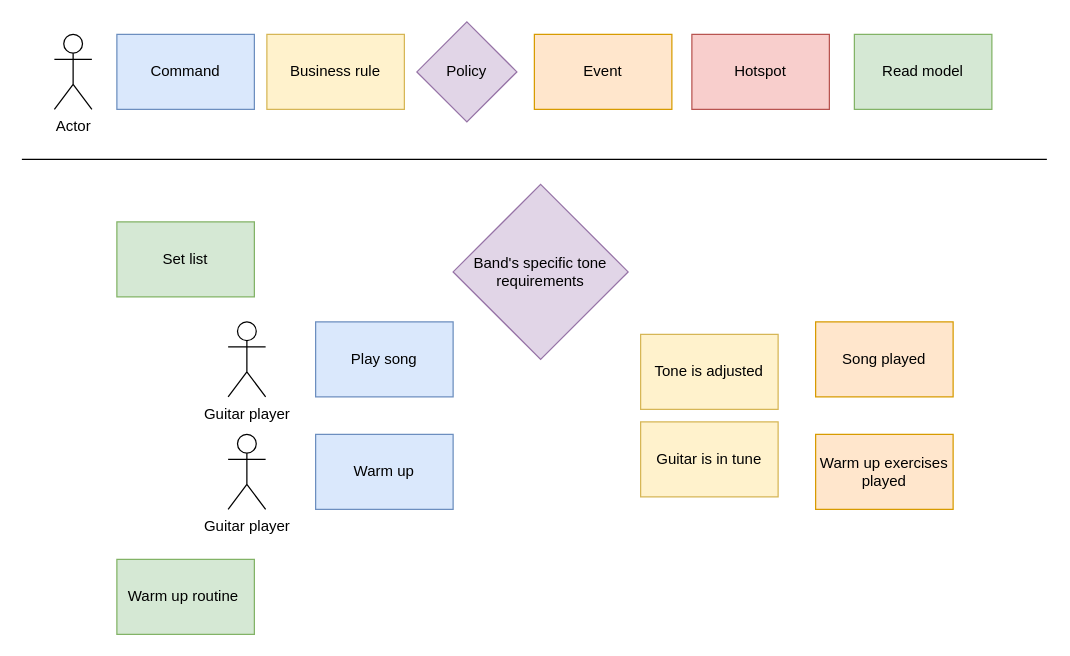
This is guitar_dles.drawio from breader124/ddd-building-blocks, a draw.io file, before an edit. Source tidied: cells renumbered, new cells numbered last; positions are measured from the earlier drawing's top-left corner, leaving out a move shared by most shapes. Both pictures are drawn from the tidied source at 125%, with x=0, y=0 at pixel (21, 21).
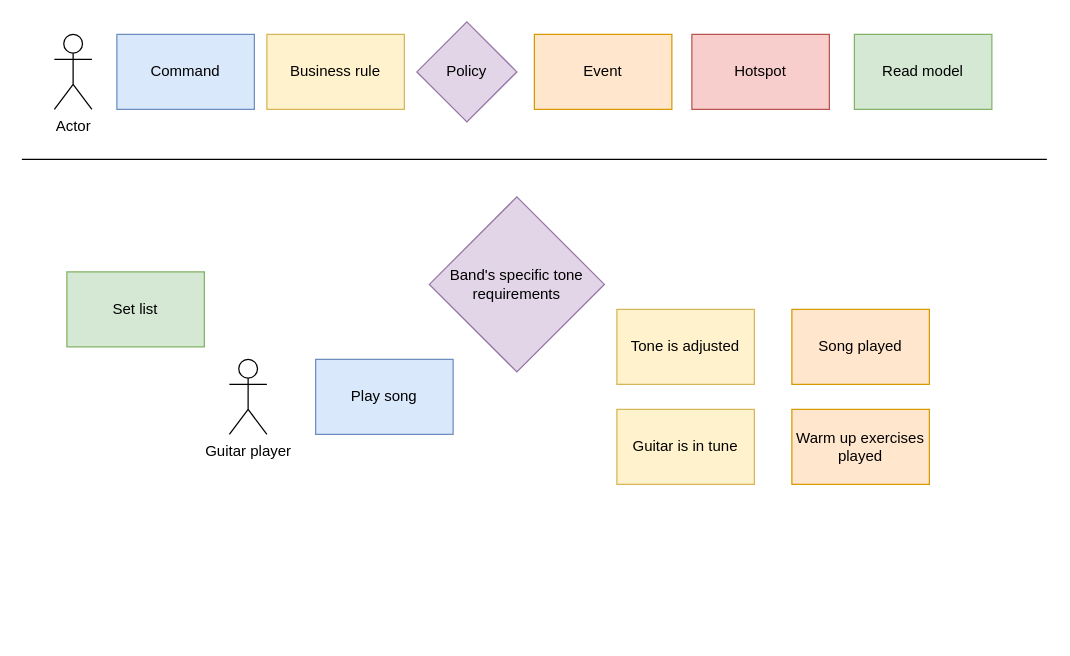
The same diagram, later.

Diff of the diagram source:
```diff
@@
     <mxCell id="9" value="Tone is adjusted" style="rounded=0;whiteSpace=wrap;html=1;fillColor=#fff2cc;strokeColor=#d6b656;flipH=0;" parent="1" vertex="1">
-      <mxGeometry x="495" y="250" width="110" height="60" as="geometry" />
+      <mxGeometry x="476" y="230" width="110" height="60" as="geometry" />
     </mxCell>
     <mxCell id="10" value="Guitar is in tune" style="rounded=0;whiteSpace=wrap;html=1;fillColor=#fff2cc;strokeColor=#d6b656;flipH=0;" parent="1" vertex="1">
-      <mxGeometry x="495" y="320" width="110" height="60" as="geometry" />
+      <mxGeometry x="476" y="310" width="110" height="60" as="geometry" />
     </mxCell>
-    <mxCell id="11" value="Warm up" style="rounded=0;whiteSpace=wrap;html=1;fillColor=#dae8fc;strokeColor=#6c8ebf;flipH=0;" parent="1" vertex="1">
-      <mxGeometry x="235" y="330" width="110" height="60" as="geometry" />
-    </mxCell>
     <mxCell id="12" value="Play song" style="rounded=0;whiteSpace=wrap;html=1;fillColor=#dae8fc;strokeColor=#6c8ebf;flipH=0;" parent="1" vertex="1">
-      <mxGeometry x="235" y="240" width="110" height="60" as="geometry" />
+      <mxGeometry x="235" y="270" width="110" height="60" as="geometry" />
     </mxCell>
     <mxCell id="13" value="Song played" style="rounded=0;whiteSpace=wrap;html=1;fillColor=#ffe6cc;strokeColor=#d79b00;flipH=0;" parent="1" vertex="1">
-      <mxGeometry x="635" y="240" width="110" height="60" as="geometry" />
+      <mxGeometry x="616" y="230" width="110" height="60" as="geometry" />
     </mxCell>
     <mxCell id="14" value="Warm up exercises played" style="rounded=0;whiteSpace=wrap;html=1;fillColor=#ffe6cc;strokeColor=#d79b00;flipH=0;" parent="1" vertex="1">
-      <mxGeometry x="635" y="330" width="110" height="60" as="geometry" />
+      <mxGeometry x="616" y="310" width="110" height="60" as="geometry" />
     </mxCell>
     <mxCell id="15" value="Band's specific tone requirements" style="rhombus;whiteSpace=wrap;html=1;fillColor=#e1d5e7;strokeColor=#9673a6;flipH=0;" parent="1" vertex="1">
-      <mxGeometry x="345" y="130" width="140" height="140" as="geometry" />
+      <mxGeometry x="326" y="140" width="140" height="140" as="geometry" />
     </mxCell>
     <mxCell id="16" value="Guitar player" style="shape=umlActor;verticalLabelPosition=bottom;verticalAlign=top;html=1;flipH=0;" parent="1" vertex="1">
-      <mxGeometry x="165" y="240" width="30" height="60" as="geometry" />
+      <mxGeometry x="166" y="270" width="30" height="60" as="geometry" />
     </mxCell>
-    <mxCell id="17" value="Guitar player" style="shape=umlActor;verticalLabelPosition=bottom;verticalAlign=top;html=1;flipH=0;" parent="1" vertex="1">
-      <mxGeometry x="165" y="330" width="30" height="60" as="geometry" />
-    </mxCell>
@@
     <mxCell id="19" value="Set list" style="rounded=0;whiteSpace=wrap;html=1;fillColor=#d5e8d4;strokeColor=#82b366;flipH=0;" parent="1" vertex="1">
-      <mxGeometry x="76" y="160" width="110" height="60" as="geometry" />
+      <mxGeometry x="36" y="200" width="110" height="60" as="geometry" />
     </mxCell>
-    <mxCell id="20" value="Warm up routine&amp;nbsp;" style="rounded=0;whiteSpace=wrap;html=1;fillColor=#d5e8d4;strokeColor=#82b366;flipH=0;" parent="1" vertex="1">
-      <mxGeometry x="76" y="430" width="110" height="60" as="geometry" />
-    </mxCell>
```
